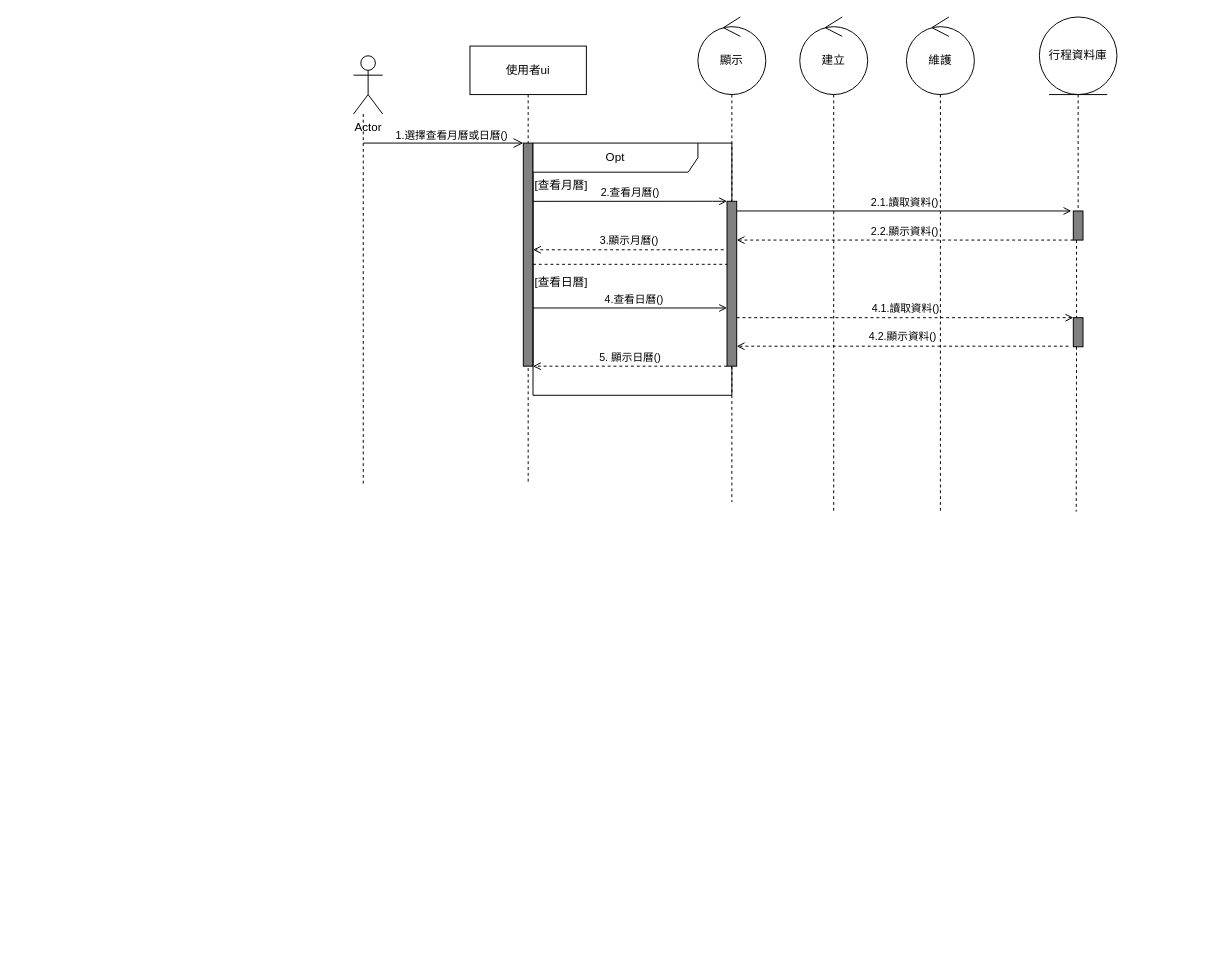
Before: 循序圖AC-1.drawio in Kevincheng0804/Graduation-Topic, a draw.io diagram. Source tidied: cells renumbered, new cells numbered last; positions are measured from the earlier drawing's top-left corner, leaving out a move shared by most shapes. Both pictures are drawn from the tidied source at 97%, with x=0, y=0 at pixel (353, 16).
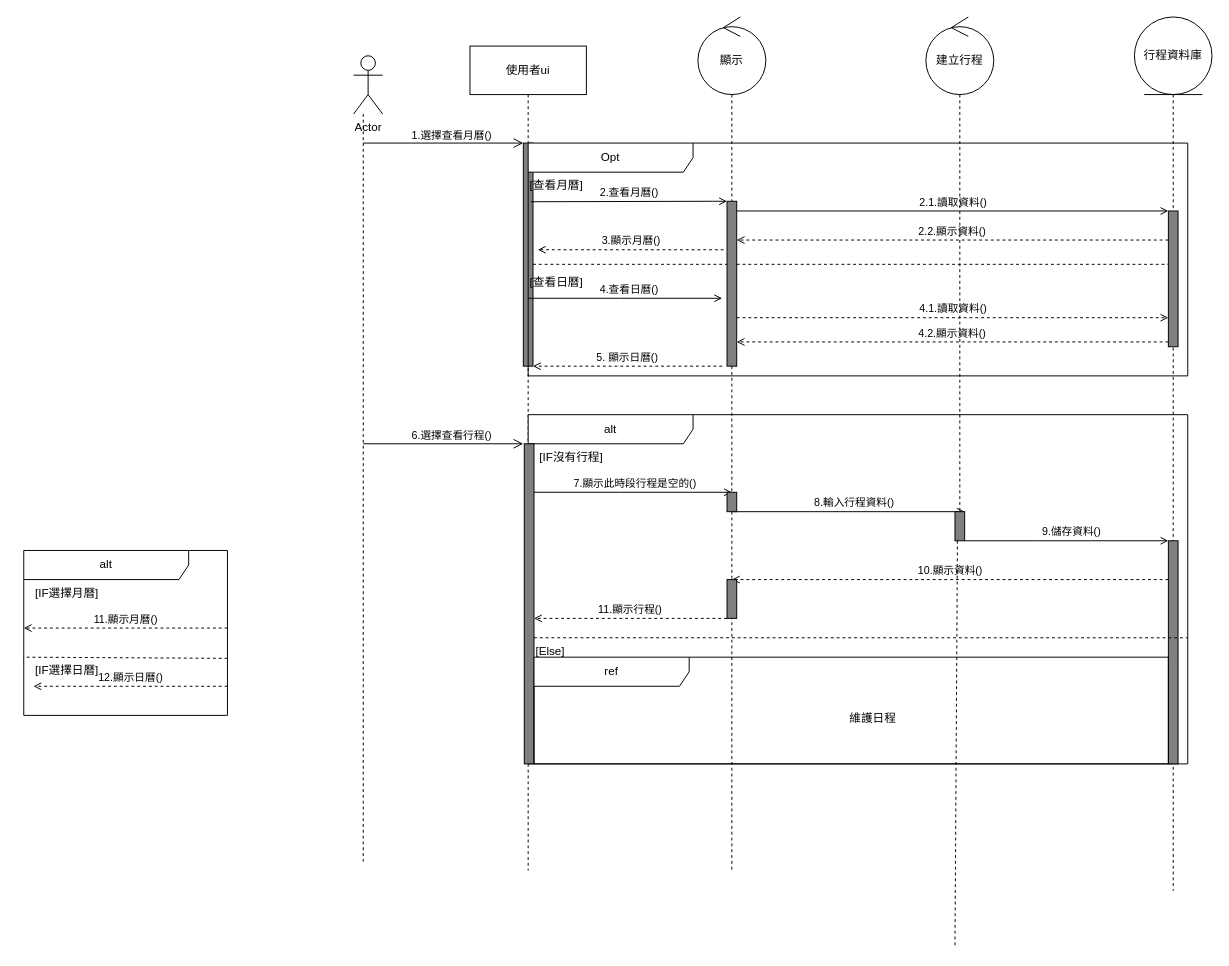
The same diagram, later.

Commit message:
更新循序圖AC-1.drawio

Unchanged cells that the change refers to:
```xml
<mxCell id="4" value="Actor" style="shape=umlActor;verticalLabelPosition=bottom;verticalAlign=top;html=1;" parent="1" vertex="1">
  <mxGeometry y="40" width="30" height="60" as="geometry" />
</mxCell>
<mxCell id="6" style="html=1;points=[[0,0,0,0,5],[0,1,0,0,-5],[1,0,0,0,5],[1,1,0,0,-5]];perimeter=orthogonalPerimeter;outlineConnect=0;targetShapes=umlLifeline;portConstraint=eastwest;newEdgeStyle={&quot;curved&quot;:0,&quot;rounded&quot;:0};fillColor=#808080;" parent="5" vertex="1">
  <mxGeometry x="55" y="100" width="10" height="230" as="geometry" />
</mxCell>
<mxCell id="14" style="endArrow=open;startArrow=none;endFill=0;startFill=0;endSize=8;html=1;verticalAlign=bottom;labelBackgroundColor=none;strokeWidth=1;rounded=0;" parent="1" edge="1" target="6">
  <mxGeometry relative="1" as="geometry">
    <mxPoint x="10" y="130" as="sourcePoint" />
  </mxGeometry>
</mxCell>
<mxCell id="33" style="html=1;points=[[0,0,0,0,5],[0,1,0,0,-5],[1,0,0,0,5],[1,1,0,0,-5]];perimeter=orthogonalPerimeter;outlineConnect=0;targetShapes=umlLifeline;portConstraint=eastwest;newEdgeStyle={&quot;curved&quot;:0,&quot;rounded&quot;:0};fillColor=#808080;" parent="1" vertex="1">
  <mxGeometry x="385" y="190" width="10" height="170" as="geometry" />
</mxCell>
```

Change to the diagram source:
```diff
@@
     <mxCell id="3" value="行程資料庫" style="ellipse;shape=umlEntity;whiteSpace=wrap;html=1;" parent="1" vertex="1">
-      <mxGeometry x="707" width="80" height="80" as="geometry" />
+      <mxGeometry x="805" width="80" height="80" as="geometry" />
     </mxCell>
@@
     <mxCell id="5" value="使用者ui" style="shape=umlLifeline;perimeter=lifelinePerimeter;whiteSpace=wrap;html=1;newEdgeStyle={&quot;curved&quot;:0,&quot;rounded&quot;:0};size=50;" parent="1" vertex="1">
-      <mxGeometry x="120" y="30" width="120" height="450" as="geometry" />
+      <mxGeometry x="120" y="30" width="120" height="850" as="geometry" />
     </mxCell>
@@
     <mxCell id="7" value="Opt" style="shape=umlFrame;whiteSpace=wrap;html=1;width=170;" parent="1" vertex="1">
-      <mxGeometry x="185" y="130" width="205" height="260" as="geometry" />
+      <mxGeometry x="180" y="130" width="680" height="240" as="geometry" />
     </mxCell>
@@
-    <mxCell id="10" value="3.顯示月曆()" style="html=1;verticalAlign=bottom;labelBackgroundColor=none;endArrow=open;endFill=0;dashed=1;rounded=0;" parent="7" edge="1" target="6">
+    <mxCell id="10" value="3.顯示月曆()" style="html=1;verticalAlign=bottom;labelBackgroundColor=none;endArrow=open;endFill=0;dashed=1;rounded=0;" parent="7" edge="1">
       <mxGeometry relative="1" as="geometry">
-        <mxPoint x="196.5" y="110" as="sourcePoint" />
+        <mxPoint x="201.5" y="110" as="sourcePoint" />
+        <mxPoint x="10" y="110" as="targetPoint" />
       </mxGeometry>
     </mxCell>
     <mxCell id="11" style="html=1;verticalAlign=bottom;labelBackgroundColor=none;endArrow=open;endFill=0;rounded=0;" parent="7" edge="1">
       <mxGeometry relative="1" as="geometry">
-        <mxPoint y="170" as="sourcePoint" />
-        <mxPoint x="200" y="170" as="targetPoint" />
+        <mxPoint y="160" as="sourcePoint" />
+        <mxPoint x="200" y="160" as="targetPoint" />
         <Array as="points">
-          <mxPoint x="95" y="170" />
+          <mxPoint x="95" y="160" />
         </Array>
       </mxGeometry>
     </mxCell>
@@
-    <mxCell id="15" value="1.選擇查看月曆或日曆()" style="edgeLabel;html=1;align=center;verticalAlign=middle;" parent="14" vertex="1">
+    <mxCell id="15" value="1.選擇查看月曆()" style="edgeLabel;html=1;align=center;verticalAlign=middle;" parent="14" vertex="1">
       <mxGeometry x="0.08" y="9" relative="1" as="geometry">
         <mxPoint x="1" as="offset" />
       </mxGeometry>
     </mxCell>
     <mxCell id="16" style="endArrow=none;startArrow=none;endFill=0;startFill=0;endSize=8;html=1;verticalAlign=bottom;labelBackgroundColor=none;strokeWidth=1;rounded=0;exitX=0.333;exitY=1;exitDx=0;exitDy=0;exitPerimeter=0;dashed=1;" parent="1" edge="1" source="4">
       <mxGeometry relative="1" as="geometry">
-        <mxPoint x="10" y="481.3" as="targetPoint" />
+        <mxPoint x="10" y="870.8" as="targetPoint" />
       </mxGeometry>
     </mxCell>
-    <mxCell id="17" style="endArrow=none;startArrow=none;endFill=0;startFill=0;endSize=8;html=1;verticalAlign=bottom;labelBackgroundColor=none;strokeWidth=1;rounded=0;exitX=0.333;exitY=1;exitDx=0;exitDy=0;exitPerimeter=0;dashed=1;" parent="1" edge="1" source="31">
+    <mxCell id="17" style="endArrow=none;startArrow=none;endFill=0;startFill=0;endSize=8;html=1;verticalAlign=bottom;labelBackgroundColor=none;strokeWidth=1;rounded=0;dashed=1;" parent="1" edge="1">
       <mxGeometry relative="1" as="geometry">
-        <mxPoint x="745" y="510" as="targetPoint" />
+        <mxPoint x="845" y="335" as="sourcePoint" />
+        <mxPoint x="845" y="900.8" as="targetPoint" />
       </mxGeometry>
     </mxCell>
     <mxCell id="18" value="2.1.讀取資料()" style="html=1;verticalAlign=bottom;labelBackgroundColor=none;endArrow=open;endFill=0;rounded=0;" parent="1" edge="1" source="33">
       <mxGeometry relative="1" as="geometry">
-        <mxPoint x="740" y="200" as="targetPoint" />
+        <mxPoint x="840" y="200" as="targetPoint" />
       </mxGeometry>
     </mxCell>
-    <mxCell id="19" value="2.2.顯示資料()" style="html=1;verticalAlign=bottom;labelBackgroundColor=none;endArrow=open;endFill=0;dashed=1;rounded=0;" parent="1" edge="1" target="33">
-      <mxGeometry relative="1" as="geometry">
-        <mxPoint x="742" y="230" as="sourcePoint" />
-      </mxGeometry>
+    <mxCell id="19" value="2.2.顯示資料()" style="html=1;verticalAlign=bottom;labelBackgroundColor=none;endArrow=open;endFill=0;dashed=1;rounded=0;exitX=0;exitY=0.214;exitDx=0;exitDy=0;exitPerimeter=0;" parent="1" edge="1" source="21" target="33">
+      <mxGeometry relative="1" as="geometry" />
     </mxCell>
@@
     <mxCell id="21" style="html=1;points=[[0,0,0,0,5],[0,1,0,0,-5],[1,0,0,0,5],[1,1,0,0,-5]];perimeter=orthogonalPerimeter;outlineConnect=0;targetShapes=umlLifeline;portConstraint=eastwest;newEdgeStyle={&quot;curved&quot;:0,&quot;rounded&quot;:0};fillColor=#808080;" parent="1" vertex="1">
-      <mxGeometry x="742" y="200" width="10" height="30" as="geometry" />
+      <mxGeometry x="840" y="200" width="10" height="140" as="geometry" />
     </mxCell>
-    <mxCell id="22" value="4.2.顯示資料()" style="html=1;verticalAlign=bottom;labelBackgroundColor=none;endArrow=open;endFill=0;dashed=1;rounded=0;" parent="1" edge="1" target="33">
-      <mxGeometry relative="1" as="geometry">
-        <mxPoint x="737" y="339.4" as="sourcePoint" />
-      </mxGeometry>
+    <mxCell id="22" value="4.2.顯示資料()" style="html=1;verticalAlign=bottom;labelBackgroundColor=none;endArrow=open;endFill=0;dashed=1;rounded=0;exitX=0;exitY=1;exitDx=0;exitDy=-5;exitPerimeter=0;" parent="1" edge="1" source="21" target="33">
+      <mxGeometry relative="1" as="geometry" />
     </mxCell>
-    <mxCell id="23" style="endArrow=none;startArrow=none;endFill=0;startFill=0;endSize=8;html=1;verticalAlign=bottom;labelBackgroundColor=none;strokeWidth=1;rounded=0;dashed=1;" parent="1" edge="1" source="33">
+    <mxCell id="23" style="endArrow=none;startArrow=none;endFill=0;startFill=0;endSize=8;html=1;verticalAlign=bottom;labelBackgroundColor=none;strokeWidth=1;rounded=0;dashed=1;" parent="1" edge="1" source="50">
       <mxGeometry relative="1" as="geometry">
-        <mxPoint x="390" y="500" as="targetPoint" />
+        <mxPoint x="390" y="880.8" as="targetPoint" />
       </mxGeometry>
     </mxCell>
-    <mxCell id="24" value="建立" style="ellipse;shape=umlControl;whiteSpace=wrap;html=1;" parent="1" vertex="1">
-      <mxGeometry x="460" width="70" height="80" as="geometry" />
-    </mxCell>
-    <mxCell id="25" style="endArrow=none;startArrow=none;endFill=0;startFill=0;endSize=8;html=1;verticalAlign=bottom;labelBackgroundColor=none;strokeWidth=1;rounded=0;dashed=1;" parent="1" edge="1" source="24">
-      <mxGeometry relative="1" as="geometry">
-        <mxPoint x="495" y="510" as="targetPoint" />
-      </mxGeometry>
-    </mxCell>
-    <mxCell id="26" value="維護" style="ellipse;shape=umlControl;whiteSpace=wrap;html=1;" parent="1" vertex="1">
-      <mxGeometry x="570" width="70" height="80" as="geometry" />
-    </mxCell>
-    <mxCell id="27" style="endArrow=none;startArrow=none;endFill=0;startFill=0;endSize=8;html=1;verticalAlign=bottom;labelBackgroundColor=none;strokeWidth=1;rounded=0;dashed=1;" parent="1" edge="1" source="26">
-      <mxGeometry relative="1" as="geometry">
-        <mxPoint x="605" y="510" as="targetPoint" />
-      </mxGeometry>
-    </mxCell>
-    <mxCell id="28" style="endArrow=none;dashed=1;html=1;rounded=0;" parent="1" edge="1" source="6" target="33">
+    <mxCell id="28" style="endArrow=none;dashed=1;html=1;rounded=0;" parent="1" edge="1" source="6" target="21">
       <mxGeometry relative="1" as="geometry">
         <Array as="points">
           <mxPoint x="300" y="255" />
         </Array>
       </mxGeometry>
     </mxCell>
-    <mxCell id="29" value="4.1.讀取資料()" style="html=1;verticalAlign=bottom;labelBackgroundColor=none;endArrow=open;endFill=0;dashed=1;rounded=0;" parent="1" edge="1" source="33" target="31">
+    <mxCell id="29" value="4.1.讀取資料()" style="html=1;verticalAlign=bottom;labelBackgroundColor=none;endArrow=open;endFill=0;dashed=1;rounded=0;entryX=0;entryY=0.786;entryDx=0;entryDy=0;entryPerimeter=0;" parent="1" edge="1" source="33" target="21">
       <mxGeometry relative="1" as="geometry" />
     </mxCell>
-    <mxCell id="30" style="endArrow=none;startArrow=none;endFill=0;startFill=0;endSize=8;html=1;verticalAlign=bottom;labelBackgroundColor=none;strokeWidth=1;rounded=0;exitX=0.333;exitY=1;exitDx=0;exitDy=0;exitPerimeter=0;dashed=1;" parent="1" edge="1" source="21" target="31">
-      <mxGeometry relative="1" as="geometry" />
-    </mxCell>
-    <mxCell id="31" style="html=1;points=[[0,0,0,0,5],[0,1,0,0,-5],[1,0,0,0,5],[1,1,0,0,-5]];perimeter=orthogonalPerimeter;outlineConnect=0;targetShapes=umlLifeline;portConstraint=eastwest;newEdgeStyle={&quot;curved&quot;:0,&quot;rounded&quot;:0};fillColor=#808080;" parent="1" vertex="1">
-      <mxGeometry x="742" y="310" width="10" height="30" as="geometry" />
-    </mxCell>
@@
-    <mxCell id="34" value="2.查看月曆()" style="html=1;verticalAlign=bottom;labelBackgroundColor=none;endArrow=open;endFill=0;rounded=0;exitX=0;exitY=0.231;exitDx=0;exitDy=0;exitPerimeter=0;" parent="1" edge="1" source="7" target="33">
+    <mxCell id="34" value="2.查看月曆()" style="html=1;verticalAlign=bottom;labelBackgroundColor=none;endArrow=open;endFill=0;rounded=0;exitX=0.004;exitY=0.252;exitDx=0;exitDy=0;exitPerimeter=0;" parent="1" edge="1" source="7" target="33">
       <mxGeometry relative="1" as="geometry">
         <Array as="points">
           <mxPoint x="370" y="190" />
         </Array>
       </mxGeometry>
     </mxCell>
+    <mxCell id="35" style="endArrow=open;startArrow=none;endFill=0;startFill=0;endSize=8;html=1;verticalAlign=bottom;labelBackgroundColor=none;strokeWidth=1;rounded=0;" parent="1" edge="1">
+      <mxGeometry relative="1" as="geometry">
+        <mxPoint x="10" y="440" as="sourcePoint" />
+        <mxPoint x="175" y="440" as="targetPoint" />
+      </mxGeometry>
+    </mxCell>
+    <mxCell id="36" value="6.選擇查看行程()" style="edgeLabel;html=1;align=center;verticalAlign=middle;" parent="35" vertex="1">
+      <mxGeometry x="0.08" y="9" relative="1" as="geometry">
+        <mxPoint x="1" as="offset" />
+      </mxGeometry>
+    </mxCell>
+    <mxCell id="37" value="alt" style="shape=umlFrame;whiteSpace=wrap;html=1;width=170;" parent="1" vertex="1">
+      <mxGeometry x="180" y="410" width="680" height="360" as="geometry" />
+    </mxCell>
+    <mxCell id="38" value="[IF沒有行程]" style="text;html=1;" parent="37" vertex="1">
+      <mxGeometry width="60" height="30" relative="1" as="geometry">
+        <mxPoint x="10" y="30" as="offset" />
+      </mxGeometry>
+    </mxCell>
+    <mxCell id="39" style="html=1;verticalAlign=bottom;labelBackgroundColor=none;endArrow=open;endFill=0;rounded=0;" parent="37" edge="1">
+      <mxGeometry relative="1" as="geometry">
+        <mxPoint y="80" as="sourcePoint" />
+        <mxPoint x="210" y="80" as="targetPoint" />
+        <Array as="points">
+          <mxPoint x="95" y="80" />
+        </Array>
+      </mxGeometry>
+    </mxCell>
+    <mxCell id="40" value="7.顯示此時段行程是空的()" style="edgeLabel;html=1;align=center;verticalAlign=middle;" parent="39" vertex="1">
+      <mxGeometry x="0.11" y="1" relative="1" as="geometry">
+        <mxPoint x="-8" y="-9" as="offset" />
+      </mxGeometry>
+    </mxCell>
+    <mxCell id="41" style="html=1;verticalAlign=bottom;labelBackgroundColor=none;endArrow=open;endFill=0;rounded=0;" parent="37" edge="1">
+      <mxGeometry relative="1" as="geometry">
+        <mxPoint x="210" y="100" as="sourcePoint" />
+        <mxPoint x="450" y="100" as="targetPoint" />
+        <Array as="points">
+          <mxPoint x="305" y="100" />
+        </Array>
+      </mxGeometry>
+    </mxCell>
+    <mxCell id="42" value="8.輸入行程資料()" style="edgeLabel;html=1;align=center;verticalAlign=middle;" parent="41" vertex="1">
+      <mxGeometry x="0.11" y="1" relative="1" as="geometry">
+        <mxPoint x="-8" y="-9" as="offset" />
+      </mxGeometry>
+    </mxCell>
+    <mxCell id="43" value="10.顯示資料()" style="html=1;verticalAlign=bottom;labelBackgroundColor=none;endArrow=open;endFill=0;dashed=1;rounded=0;" parent="37" edge="1" source="46">
+      <mxGeometry relative="1" as="geometry">
+        <mxPoint x="210" y="170" as="targetPoint" />
+      </mxGeometry>
+    </mxCell>
+    <mxCell id="44" style="html=1;verticalAlign=bottom;labelBackgroundColor=none;endArrow=open;endFill=0;rounded=0;" parent="37" edge="1">
+      <mxGeometry relative="1" as="geometry">
+        <mxPoint x="450" y="130" as="sourcePoint" />
+        <mxPoint x="660" y="130" as="targetPoint" />
+        <Array as="points">
+          <mxPoint x="525" y="130" />
+        </Array>
+      </mxGeometry>
+    </mxCell>
+    <mxCell id="45" value="9.儲存資料()" style="edgeLabel;html=1;align=center;verticalAlign=middle;" parent="44" vertex="1">
+      <mxGeometry x="0.11" y="1" relative="1" as="geometry">
+        <mxPoint x="-8" y="-9" as="offset" />
+      </mxGeometry>
+    </mxCell>
+    <mxCell id="46" style="html=1;points=[[0,0,0,0,5],[0,1,0,0,-5],[1,0,0,0,5],[1,1,0,0,-5]];perimeter=orthogonalPerimeter;outlineConnect=0;targetShapes=umlLifeline;portConstraint=eastwest;newEdgeStyle={&quot;curved&quot;:0,&quot;rounded&quot;:0};fillColor=#808080;" parent="37" vertex="1">
+      <mxGeometry x="660" y="130" width="10" height="230" as="geometry" />
+    </mxCell>
+    <mxCell id="47" style="endArrow=none;startArrow=none;endFill=0;startFill=0;endSize=8;html=1;verticalAlign=bottom;labelBackgroundColor=none;strokeWidth=1;rounded=0;dashed=1;" parent="37" edge="1">
+      <mxGeometry relative="1" as="geometry">
+        <mxPoint x="442.5" y="130" as="sourcePoint" />
+        <mxPoint x="440" y="550" as="targetPoint" />
+        <Array as="points">
+          <mxPoint x="442.5" y="140" />
+        </Array>
+      </mxGeometry>
+    </mxCell>
+    <mxCell id="48" style="html=1;points=[[0,0,0,0,5],[0,1,0,0,-5],[1,0,0,0,5],[1,1,0,0,-5]];perimeter=orthogonalPerimeter;outlineConnect=0;targetShapes=umlLifeline;portConstraint=eastwest;newEdgeStyle={&quot;curved&quot;:0,&quot;rounded&quot;:0};fillColor=#808080;" parent="37" vertex="1">
+      <mxGeometry x="205" y="170" width="10" height="40" as="geometry" />
+    </mxCell>
+    <mxCell id="49" style="html=1;points=[[0,0,0,0,5],[0,1,0,0,-5],[1,0,0,0,5],[1,1,0,0,-5]];perimeter=orthogonalPerimeter;outlineConnect=0;targetShapes=umlLifeline;portConstraint=eastwest;newEdgeStyle={&quot;curved&quot;:0,&quot;rounded&quot;:0};fillColor=#808080;" parent="37" vertex="1">
+      <mxGeometry x="440" y="100" width="10" height="30" as="geometry" />
+    </mxCell>
+    <mxCell id="50" style="html=1;points=[[0,0,0,0,5],[0,1,0,0,-5],[1,0,0,0,5],[1,1,0,0,-5]];perimeter=orthogonalPerimeter;outlineConnect=0;targetShapes=umlLifeline;portConstraint=eastwest;newEdgeStyle={&quot;curved&quot;:0,&quot;rounded&quot;:0};fillColor=#808080;" parent="37" vertex="1">
+      <mxGeometry x="205" y="80" width="10" height="20" as="geometry" />
+    </mxCell>
+    <mxCell id="51" style="html=1;perimeter=orthogonalPerimeter;targetShapes=umlLifeline;newEdgeStyle={&quot;curved&quot;:0,&quot;rounded&quot;:0};fillColor=#808080;" parent="37" vertex="1">
+      <mxGeometry x="-4" y="30" width="10" height="330" as="geometry" />
+    </mxCell>
+    <mxCell id="52" value="11.顯示行程()" style="html=1;verticalAlign=bottom;labelBackgroundColor=none;endArrow=open;endFill=0;dashed=1;rounded=0;" parent="37" edge="1" source="48">
+      <mxGeometry relative="1" as="geometry">
+        <mxPoint x="6" y="210" as="targetPoint" />
+      </mxGeometry>
+    </mxCell>
+    <mxCell id="53" value="[Else]" style="text;html=1;" parent="37" vertex="1">
+      <mxGeometry x="6" y="230" width="60" height="30" as="geometry" />
+    </mxCell>
+    <mxCell id="54" style="endArrow=none;dashed=1;html=1;rounded=0;entryX=1;entryY=0.639;entryDx=0;entryDy=0;entryPerimeter=0;" parent="37" edge="1" target="37">
+      <mxGeometry relative="1" as="geometry">
+        <mxPoint x="6" y="230" as="sourcePoint" />
+        <Array as="points">
+          <mxPoint x="121" y="230" />
+        </Array>
+      </mxGeometry>
+    </mxCell>
+    <mxCell id="55" value="ref" style="shape=umlFrame;whiteSpace=wrap;html=1;width=160;" parent="37" vertex="1">
+      <mxGeometry x="6" y="250" width="654" height="110" as="geometry" />
+    </mxCell>
+    <mxCell id="56" value="維護日程" style="text;html=1;align=center;verticalAlign=middle;strokeColor=none;fillColor=none;" parent="55" vertex="1">
+      <mxGeometry x="314" y="48" width="70" height="30" as="geometry" />
+    </mxCell>
+    <mxCell id="57" style="endArrow=none;startArrow=none;endFill=0;startFill=0;endSize=8;html=1;verticalAlign=bottom;labelBackgroundColor=none;strokeWidth=1;rounded=0;dashed=1;" parent="1" edge="1" source="33" target="50">
+      <mxGeometry relative="1" as="geometry" />
+    </mxCell>
+    <mxCell id="58" value="建立行程" style="ellipse;shape=umlControl;whiteSpace=wrap;html=1;" parent="1" vertex="1">
+      <mxGeometry x="590" width="70" height="80" as="geometry" />
+    </mxCell>
+    <mxCell id="59" style="endArrow=none;startArrow=none;endFill=0;startFill=0;endSize=8;html=1;verticalAlign=bottom;labelBackgroundColor=none;strokeWidth=1;rounded=0;dashed=1;" parent="1" edge="1" source="58" target="49">
+      <mxGeometry relative="1" as="geometry" />
+    </mxCell>
+    <mxCell id="60" value="alt" style="shape=umlFrame;whiteSpace=wrap;html=1;width=170;" parent="1" vertex="1">
+      <mxGeometry x="-340" y="550" width="210" height="170" as="geometry" />
+    </mxCell>
+    <mxCell id="61" value="[IF選擇月曆]" style="text;html=1;" parent="60" vertex="1">
+      <mxGeometry width="60" height="30" relative="1" as="geometry">
+        <mxPoint x="10" y="30" as="offset" />
+      </mxGeometry>
+    </mxCell>
+    <mxCell id="62" value="11.顯示月曆()" style="html=1;verticalAlign=bottom;labelBackgroundColor=none;endArrow=open;endFill=0;dashed=1;rounded=0;" parent="60" edge="1">
+      <mxGeometry relative="1" as="geometry">
+        <mxPoint x="210" y="80" as="sourcePoint" />
+        <mxPoint y="80" as="targetPoint" />
+      </mxGeometry>
+    </mxCell>
+    <mxCell id="63" style="endArrow=none;dashed=1;html=1;rounded=0;exitX=1.002;exitY=0.595;exitDx=0;exitDy=0;exitPerimeter=0;" parent="60" edge="1">
+      <mxGeometry relative="1" as="geometry">
+        <mxPoint x="210" y="111.2" as="sourcePoint" />
+        <mxPoint x="-0.4" y="110" as="targetPoint" />
+        <Array as="points">
+          <mxPoint x="-0.4" y="110" />
+        </Array>
+      </mxGeometry>
+    </mxCell>
+    <mxCell id="64" value="[IF選擇日曆]" style="text;html=1;" parent="60" vertex="1">
+      <mxGeometry x="10" y="110" width="60" height="30" as="geometry" />
+    </mxCell>
+    <mxCell id="65" value="12.顯示日曆()" style="html=1;verticalAlign=bottom;labelBackgroundColor=none;endArrow=open;endFill=0;dashed=1;rounded=0;entryX=0;entryY=1;entryDx=0;entryDy=0;" parent="1" edge="1" target="64">
+      <mxGeometry relative="1" as="geometry">
+        <mxPoint x="-130" y="690" as="sourcePoint" />
+      </mxGeometry>
+    </mxCell>
```
